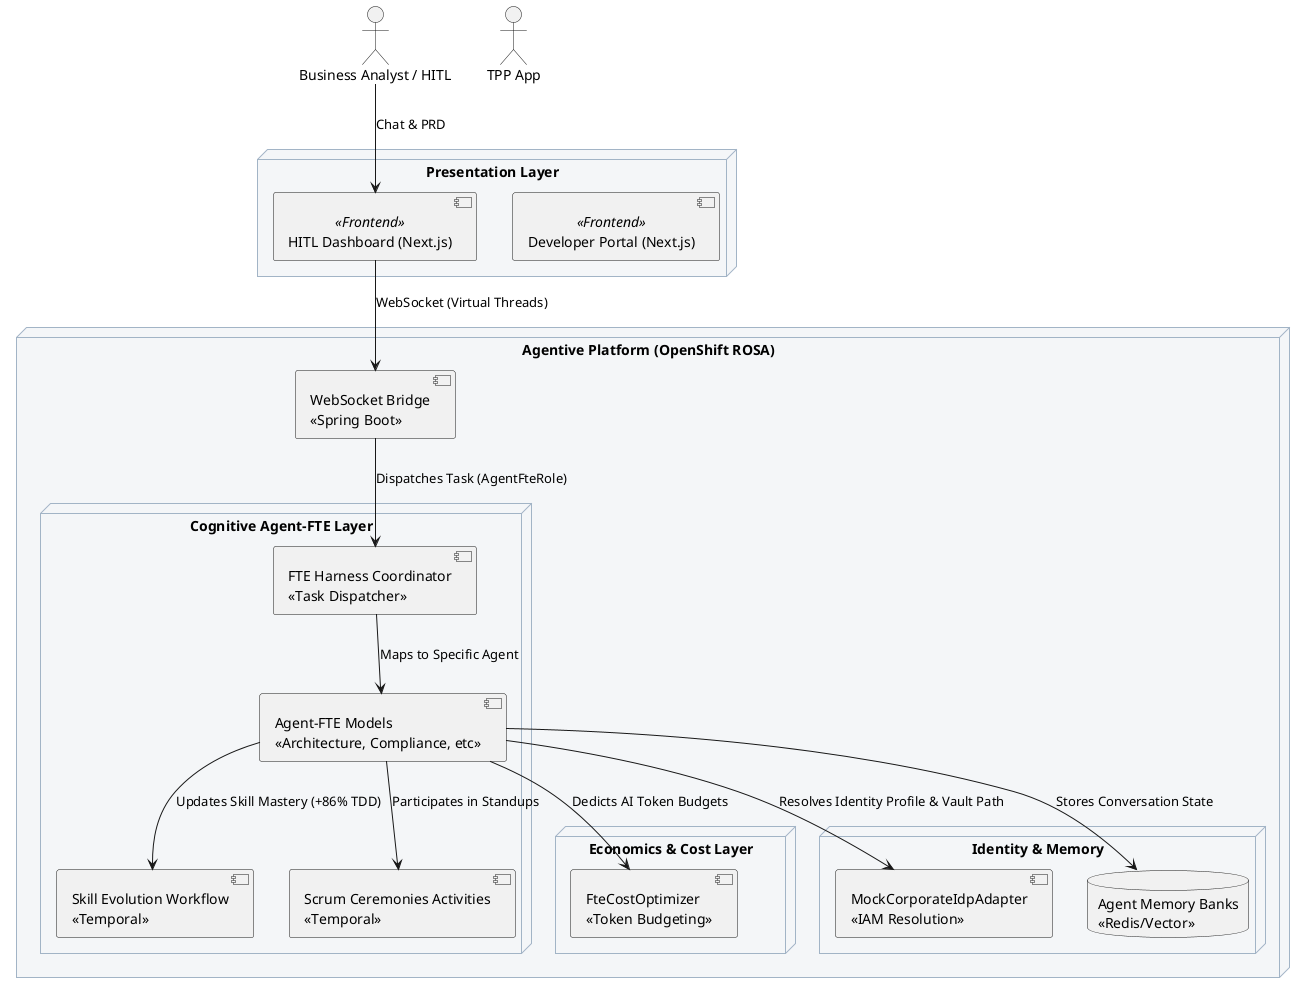
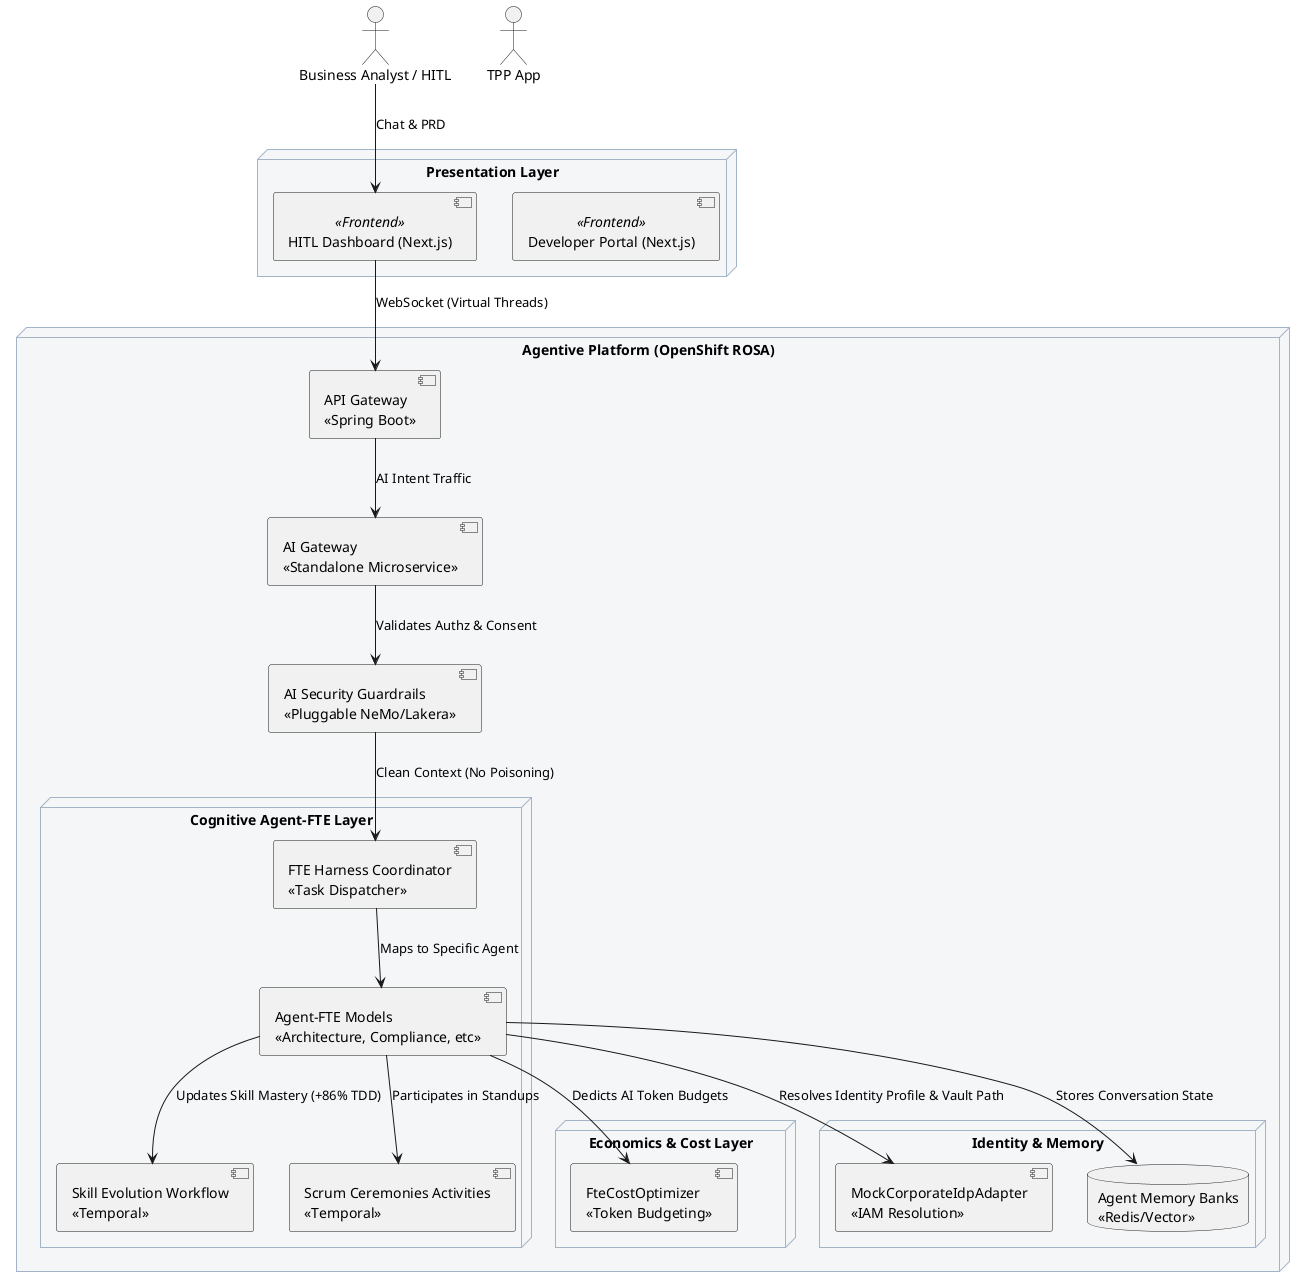
@startuml AI_Cognitive_Architecture
skinparam node {
    BackgroundColor #f4f6f8
    BorderColor #a2b4c6
}

actor "Business Analyst / HITL" as hitl
actor "TPP App" as App

node "Presentation Layer" {
    [Developer Portal (Next.js)] <<Frontend>>
    [HITL Dashboard (Next.js)] <<Frontend>>
}

node "Agentive Platform (OpenShift ROSA)" {

-     component "WebSocket Bridge\n<<Spring Boot>>" as gateway
+     component "API Gateway\n<<Spring Boot>>" as apiGw
+     component "AI Gateway\n<<Standalone Microservice>>" as aiGw
+     component "AI Security Guardrails\n<<Pluggable NeMo/Lakera>>" as aiSec

    node "Cognitive Agent-FTE Layer" {
        component "FTE Harness Coordinator\n<<Task Dispatcher>>" as harness
        component "Agent-FTE Models\n<<Architecture, Compliance, etc>>" as agents
        component "Skill Evolution Workflow\n<<Temporal>>" as skillEvo
        component "Scrum Ceremonies Activities\n<<Temporal>>" as scrum
    }

    node "Economics & Cost Layer" {
        component "FteCostOptimizer\n<<Token Budgeting>>" as cost
    }

    node "Identity & Memory" {
        component "MockCorporateIdpAdapter\n<<IAM Resolution>>" as idp
        database "Agent Memory Banks\n<<Redis/Vector>>" as memory
    }
}

hitl --> [HITL Dashboard (Next.js)] : Chat & PRD
- [HITL Dashboard (Next.js)] --> gateway : WebSocket (Virtual Threads)
- gateway --> harness : Dispatches Task (AgentFteRole)
+ [HITL Dashboard (Next.js)] --> apiGw : WebSocket (Virtual Threads)
+ apiGw --> aiGw : AI Intent Traffic
+ aiGw --> aiSec : Validates Authz & Consent
+ aiSec --> harness : Clean Context (No Poisoning)

harness --> agents : Maps to Specific Agent
agents --> idp : Resolves Identity Profile & Vault Path
agents --> skillEvo : Updates Skill Mastery (+86% TDD)
agents --> scrum : Participates in Standups
agents --> cost : Dedicts AI Token Budgets
agents --> memory : Stores Conversation State

@enduml
